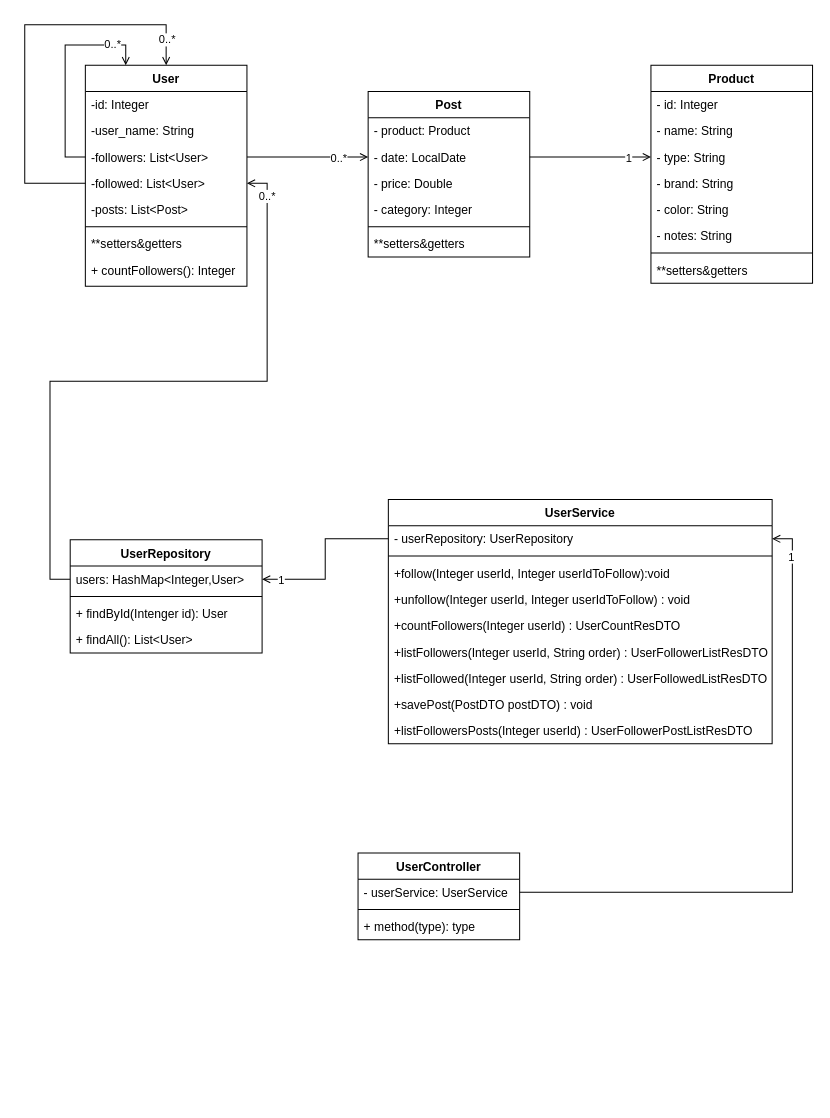
This is 4. sprint/SocialMeli.drawio from AriJDH/practicas-w16, a draw.io file, before an edit. Source tidied: cells renumbered, new cells numbered last; positions are measured from the earlier drawing's top-left corner, leaving out a move shared by most shapes. Both pictures are drawn from the tidied source at 101%, with x=0, y=0 at pixel (24, 24).
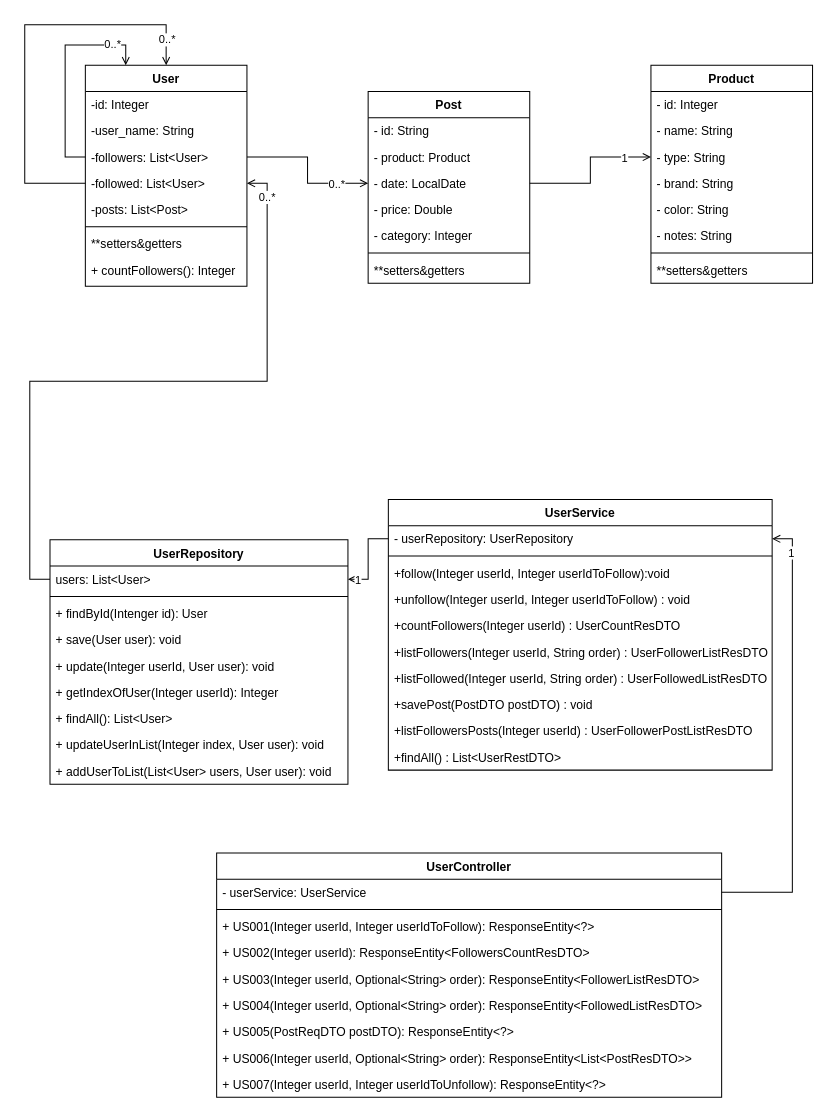
The same diagram, later.

Commit message (it also covers changes not shown here):
Update postman collection and class diagram.

Change to the diagram source:
```diff
@@
     <mxCell id="17" value="UserRepository" style="swimlane;fontStyle=1;align=center;verticalAlign=top;horizontal=1;startSize=26;labelBorderColor=none;" parent="1" vertex="1">
-      <mxGeometry x="45" y="510" width="190" height="112" as="geometry" />
+      <mxGeometry x="25" y="510" width="295" height="242" as="geometry" />
     </mxCell>
-    <mxCell id="18" value="users: HashMap&lt;Integer,User&gt;" style="text;strokeColor=none;fillColor=none;align=left;verticalAlign=top;spacingLeft=4;spacingRight=4;overflow=hidden;points=[[0,0.5],[1,0.5]];portConstraint=eastwest;labelBorderColor=none;" parent="17" vertex="1">
-      <mxGeometry y="26" width="190" height="26" as="geometry" />
+    <mxCell id="18" value="users: List&lt;User&gt;" style="text;strokeColor=none;fillColor=none;align=left;verticalAlign=top;spacingLeft=4;spacingRight=4;overflow=hidden;points=[[0,0.5],[1,0.5]];portConstraint=eastwest;labelBorderColor=none;" parent="17" vertex="1">
+      <mxGeometry y="26" width="295" height="26" as="geometry" />
     </mxCell>
     <mxCell id="19" style="line;strokeWidth=1;fillColor=none;align=left;verticalAlign=middle;spacingTop=-1;spacingLeft=3;spacingRight=3;labelPosition=right;labelBorderColor=none;" parent="17" vertex="1">
-      <mxGeometry y="52" width="190" height="8" as="geometry" />
+      <mxGeometry y="52" width="295" height="8" as="geometry" />
     </mxCell>
     <mxCell id="20" value="+ findById(Intenger id): User" style="text;strokeColor=none;fillColor=none;align=left;verticalAlign=top;spacingLeft=4;spacingRight=4;overflow=hidden;labelBorderColor=none;" parent="17" vertex="1">
-      <mxGeometry y="60" width="190" height="26" as="geometry" />
+      <mxGeometry y="60" width="295" height="26" as="geometry" />
     </mxCell>
-    <mxCell id="21" value="+ findAll(): List&lt;User&gt;" style="text;strokeColor=none;fillColor=none;align=left;verticalAlign=top;spacingLeft=4;spacingRight=4;overflow=hidden;labelBorderColor=none;" parent="17" vertex="1">
-      <mxGeometry y="86" width="190" height="26" as="geometry" />
+    <mxCell id="21" value="+ save(User user): void" style="text;strokeColor=none;fillColor=none;align=left;verticalAlign=top;spacingLeft=4;spacingRight=4;overflow=hidden;labelBorderColor=none;" parent="17" vertex="1">
+      <mxGeometry y="86" width="295" height="26" as="geometry" />
     </mxCell>
+    <mxCell id="60" value="+ update(Integer userId, User user): void" style="text;strokeColor=none;fillColor=none;align=left;verticalAlign=top;spacingLeft=4;spacingRight=4;overflow=hidden;labelBorderColor=none;" parent="17" vertex="1">
+      <mxGeometry y="112" width="295" height="26" as="geometry" />
+    </mxCell>
+    <mxCell id="61" value="+ getIndexOfUser(Integer userId): Integer" style="text;strokeColor=none;fillColor=none;align=left;verticalAlign=top;spacingLeft=4;spacingRight=4;overflow=hidden;labelBorderColor=none;" parent="17" vertex="1">
+      <mxGeometry y="138" width="295" height="26" as="geometry" />
+    </mxCell>
+    <mxCell id="62" value="+ findAll(): List&lt;User&gt;" style="text;strokeColor=none;fillColor=none;align=left;verticalAlign=top;spacingLeft=4;spacingRight=4;overflow=hidden;labelBorderColor=none;" parent="17" vertex="1">
+      <mxGeometry y="164" width="295" height="26" as="geometry" />
+    </mxCell>
+    <mxCell id="63" value="+ updateUserInList(Integer index, User user): void" style="text;strokeColor=none;fillColor=none;align=left;verticalAlign=top;spacingLeft=4;spacingRight=4;overflow=hidden;labelBorderColor=none;" parent="17" vertex="1">
+      <mxGeometry y="190" width="295" height="26" as="geometry" />
+    </mxCell>
+    <mxCell id="64" value="+ addUserToList(List&lt;User&gt; users, User user): void" style="text;strokeColor=none;fillColor=none;align=left;verticalAlign=top;spacingLeft=4;spacingRight=4;overflow=hidden;labelBorderColor=none;" parent="17" vertex="1">
+      <mxGeometry y="216" width="295" height="26" as="geometry" />
+    </mxCell>
     <mxCell id="22" value="UserService" style="swimlane;fontStyle=1;align=center;verticalAlign=top;horizontal=1;startSize=26;labelBorderColor=none;" parent="1" vertex="1">
-      <mxGeometry x="360" y="470" width="380" height="242" as="geometry" />
+      <mxGeometry x="360" y="470" width="380" height="268" as="geometry" />
     </mxCell>
@@
+    <mxCell id="65" value="+findAll() : List&lt;UserRestDTO&gt;" style="text;strokeColor=none;fillColor=none;align=left;verticalAlign=top;spacingLeft=4;spacingRight=4;overflow=hidden;labelBorderColor=none;" parent="22" vertex="1">
+      <mxGeometry y="242" width="380" height="26" as="geometry" />
+    </mxCell>
@@
     <mxCell id="34" value="UserController" style="swimlane;fontStyle=1;align=center;verticalAlign=top;horizontal=1;startSize=26;labelBorderColor=none;" parent="1" vertex="1">
-      <mxGeometry x="330" y="820" width="160" height="86" as="geometry" />
+      <mxGeometry x="190" y="820" width="500" height="242" as="geometry" />
     </mxCell>
     <mxCell id="35" value="- userService: UserService" style="text;strokeColor=none;fillColor=none;align=left;verticalAlign=top;spacingLeft=4;spacingRight=4;overflow=hidden;points=[[0,0.5],[1,0.5]];portConstraint=eastwest;labelBorderColor=none;" parent="34" vertex="1">
-      <mxGeometry y="26" width="160" height="26" as="geometry" />
+      <mxGeometry y="26" width="500" height="26" as="geometry" />
     </mxCell>
     <mxCell id="36" style="line;strokeWidth=1;fillColor=none;align=left;verticalAlign=middle;spacingTop=-1;spacingLeft=3;spacingRight=3;labelPosition=right;labelBorderColor=none;" parent="34" vertex="1">
-      <mxGeometry y="52" width="160" height="8" as="geometry" />
+      <mxGeometry y="52" width="500" height="8" as="geometry" />
     </mxCell>
-    <mxCell id="37" value="+ method(type): type" style="text;strokeColor=none;fillColor=none;align=left;verticalAlign=top;spacingLeft=4;spacingRight=4;overflow=hidden;labelBorderColor=none;" parent="34" vertex="1">
-      <mxGeometry y="60" width="160" height="26" as="geometry" />
+    <mxCell id="37" value="+ US001(Integer userId, Integer userIdToFollow): ResponseEntity&lt;?&gt;" style="text;strokeColor=none;fillColor=none;align=left;verticalAlign=top;spacingLeft=4;spacingRight=4;overflow=hidden;labelBorderColor=none;" parent="34" vertex="1">
+      <mxGeometry y="60" width="500" height="26" as="geometry" />
     </mxCell>
+    <mxCell id="66" value="+ US002(Integer userId): ResponseEntity&lt;FollowersCountResDTO&gt;" style="text;strokeColor=none;fillColor=none;align=left;verticalAlign=top;spacingLeft=4;spacingRight=4;overflow=hidden;labelBorderColor=none;" parent="34" vertex="1">
+      <mxGeometry y="86" width="500" height="26" as="geometry" />
+    </mxCell>
+    <mxCell id="67" value="+ US003(Integer userId, Optional&lt;String&gt; order): ResponseEntity&lt;FollowerListResDTO&gt;" style="text;strokeColor=none;fillColor=none;align=left;verticalAlign=top;spacingLeft=4;spacingRight=4;overflow=hidden;labelBorderColor=none;" parent="34" vertex="1">
+      <mxGeometry y="112" width="500" height="26" as="geometry" />
+    </mxCell>
+    <mxCell id="68" value="+ US004(Integer userId, Optional&lt;String&gt; order): ResponseEntity&lt;FollowedListResDTO&gt;" style="text;strokeColor=none;fillColor=none;align=left;verticalAlign=top;spacingLeft=4;spacingRight=4;overflow=hidden;labelBorderColor=none;" parent="34" vertex="1">
+      <mxGeometry y="138" width="500" height="26" as="geometry" />
+    </mxCell>
+    <mxCell id="69" value="+ US005(PostReqDTO postDTO): ResponseEntity&lt;?&gt;" style="text;strokeColor=none;fillColor=none;align=left;verticalAlign=top;spacingLeft=4;spacingRight=4;overflow=hidden;labelBorderColor=none;" parent="34" vertex="1">
+      <mxGeometry y="164" width="500" height="26" as="geometry" />
+    </mxCell>
+    <mxCell id="70" value="+ US006(Integer userId, Optional&lt;String&gt; order): ResponseEntity&lt;List&lt;PostResDTO&gt;&gt;" style="text;strokeColor=none;fillColor=none;align=left;verticalAlign=top;spacingLeft=4;spacingRight=4;overflow=hidden;labelBorderColor=none;" parent="34" vertex="1">
+      <mxGeometry y="190" width="500" height="26" as="geometry" />
+    </mxCell>
+    <mxCell id="71" value="+ US007(Integer userId, Integer userIdToUnfollow): ResponseEntity&lt;?&gt;" style="text;strokeColor=none;fillColor=none;align=left;verticalAlign=top;spacingLeft=4;spacingRight=4;overflow=hidden;labelBorderColor=none;" parent="34" vertex="1">
+      <mxGeometry y="216" width="500" height="26" as="geometry" />
+    </mxCell>
@@
     <mxCell id="40" value="Post" style="swimlane;fontStyle=1;align=center;verticalAlign=top;horizontal=1;startSize=26;labelBorderColor=none;" parent="1" vertex="1">
-      <mxGeometry x="340" y="66" width="160" height="164" as="geometry" />
+      <mxGeometry x="340" y="66" width="160" height="190" as="geometry" />
     </mxCell>
-    <mxCell id="41" value="- product: Product" style="text;strokeColor=none;fillColor=none;align=left;verticalAlign=top;spacingLeft=4;spacingRight=4;overflow=hidden;labelBorderColor=none;" parent="40" vertex="1">
+    <mxCell id="41" value="- id: String" style="text;strokeColor=none;fillColor=none;align=left;verticalAlign=top;spacingLeft=4;spacingRight=4;overflow=hidden;labelBorderColor=none;" parent="40" vertex="1">
       <mxGeometry y="26" width="160" height="26" as="geometry" />
     </mxCell>
+    <mxCell id="72" value="- product: Product" style="text;strokeColor=none;fillColor=none;align=left;verticalAlign=top;spacingLeft=4;spacingRight=4;overflow=hidden;labelBorderColor=none;" parent="40" vertex="1">
+      <mxGeometry y="52" width="160" height="26" as="geometry" />
+    </mxCell>
     <mxCell id="42" value="- date: LocalDate" style="text;strokeColor=none;fillColor=none;align=left;verticalAlign=top;spacingLeft=4;spacingRight=4;overflow=hidden;points=[[0,0.5],[1,0.5]];portConstraint=eastwest;labelBorderColor=none;" parent="40" vertex="1">
-      <mxGeometry y="52" width="160" height="26" as="geometry" />
+      <mxGeometry y="78" width="160" height="26" as="geometry" />
     </mxCell>
     <mxCell id="43" value="- price: Double" style="text;strokeColor=none;fillColor=none;align=left;verticalAlign=top;spacingLeft=4;spacingRight=4;overflow=hidden;labelBorderColor=none;" parent="40" vertex="1">
-      <mxGeometry y="78" width="160" height="26" as="geometry" />
+      <mxGeometry y="104" width="160" height="26" as="geometry" />
     </mxCell>
     <mxCell id="44" value="- category: Integer" style="text;strokeColor=none;fillColor=none;align=left;verticalAlign=top;spacingLeft=4;spacingRight=4;overflow=hidden;labelBorderColor=none;" parent="40" vertex="1">
-      <mxGeometry y="104" width="160" height="26" as="geometry" />
+      <mxGeometry y="130" width="160" height="26" as="geometry" />
     </mxCell>
     <mxCell id="45" style="line;strokeWidth=1;fillColor=none;align=left;verticalAlign=middle;spacingTop=-1;spacingLeft=3;spacingRight=3;labelPosition=right;labelBorderColor=none;" parent="40" vertex="1">
-      <mxGeometry y="130" width="160" height="8" as="geometry" />
+      <mxGeometry y="156" width="160" height="8" as="geometry" />
     </mxCell>
     <mxCell id="46" value="**setters&amp;getters" style="text;strokeColor=none;fillColor=none;align=left;verticalAlign=top;spacingLeft=4;spacingRight=4;overflow=hidden;labelBorderColor=none;" parent="40" vertex="1">
-      <mxGeometry y="138" width="160" height="26" as="geometry" />
+      <mxGeometry y="164" width="160" height="26" as="geometry" />
     </mxCell>
```
